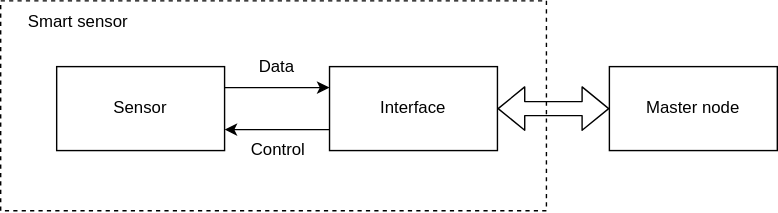
Before: thesis/fig/3_device-split.drawio.svg, a diagram exported from draw.io (manakjiri/bcs-thesis). Source tidied: cells renumbered, new cells last; positions are measured from the earlier drawing's top-left corner, leaving out a move shared by most shapes. The source it was exported from:
```xml
<mxGraphModel math="1">
  <root>
    <mxCell id="0" />
    <mxCell id="1" parent="0" />
    <mxCell id="2" style="rounded=0;whiteSpace=wrap;html=1;fillColor=none;dashed=1;fontSize=12;" parent="1" vertex="1">
      <mxGeometry width="390" height="150" as="geometry" />
    </mxCell>
    <mxCell id="3" style="edgeStyle=none;html=1;entryX=0;entryY=0.25;entryDx=0;entryDy=0;exitX=1;exitY=0.25;exitDx=0;exitDy=0;fontSize=12;" parent="1" edge="1" source="11" target="7">
      <mxGeometry relative="1" as="geometry" />
    </mxCell>
    <mxCell id="4" value="Data" style="edgeLabel;html=1;align=center;verticalAlign=middle;fontSize=12;" parent="3" vertex="1">
      <mxGeometry x="0.26" relative="1" as="geometry">
        <mxPoint x="-11" y="-15" as="offset" />
      </mxGeometry>
    </mxCell>
    <mxCell id="5" style="edgeStyle=none;html=1;entryX=1;entryY=0.75;entryDx=0;entryDy=0;exitX=0;exitY=0.75;exitDx=0;exitDy=0;fontSize=12;" parent="1" edge="1" source="7" target="11">
      <mxGeometry relative="1" as="geometry" />
    </mxCell>
    <mxCell id="6" value="Control" style="edgeLabel;html=1;align=center;verticalAlign=middle;fontSize=12;" parent="5" vertex="1">
      <mxGeometry x="0.2" y="2" relative="1" as="geometry">
        <mxPoint x="8" y="13" as="offset" />
      </mxGeometry>
    </mxCell>
    <mxCell id="7" value="Interface" style="rounded=0;whiteSpace=wrap;html=1;fillColor=none;fontSize=12;" parent="1" vertex="1">
      <mxGeometry x="235" y="47" width="120" height="60" as="geometry" />
    </mxCell>
    <mxCell id="8" style="shape=flexArrow;endArrow=classic;startArrow=classic;html=1;entryX=1;entryY=0.5;entryDx=0;entryDy=0;fontSize=12;" parent="1" edge="1" target="7">
      <mxGeometry relative="1" as="geometry">
        <mxPoint x="435" y="77" as="sourcePoint" />
      </mxGeometry>
    </mxCell>
    <mxCell id="9" value="Master node" style="rounded=0;whiteSpace=wrap;html=1;fillColor=none;fontSize=12;" parent="1" vertex="1">
      <mxGeometry x="435" y="47" width="120" height="60" as="geometry" />
    </mxCell>
    <mxCell id="10" value="Smart sensor" style="text;html=1;align=center;verticalAlign=middle;strokeColor=none;fillColor=none;fontSize=12;" parent="1" vertex="1">
      <mxGeometry x="10" width="90" height="30" as="geometry" />
    </mxCell>
    <mxCell id="11" value="Sensor" style="rounded=0;whiteSpace=wrap;html=1;fillColor=none;fontSize=12;" parent="1" vertex="1">
      <mxGeometry x="40" y="47" width="120" height="60" as="geometry" />
    </mxCell>
  </root>
</mxGraphModel>
```
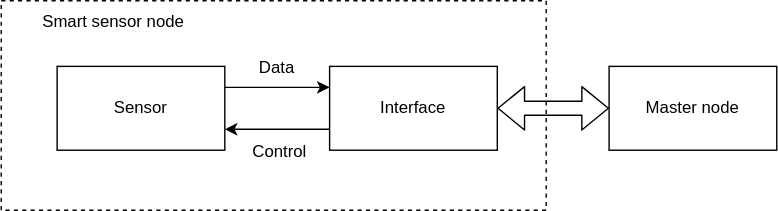
Later version of the same file.

What changed in the source:
```diff
@@ -32,8 +32,8 @@
     <mxCell id="9" value="Master node" style="rounded=0;whiteSpace=wrap;html=1;fillColor=none;fontSize=12;" parent="1" vertex="1">
       <mxGeometry x="435" y="47" width="120" height="60" as="geometry" />
     </mxCell>
-    <mxCell id="10" value="Smart sensor" style="text;html=1;align=center;verticalAlign=middle;strokeColor=none;fillColor=none;fontSize=12;" parent="1" vertex="1">
-      <mxGeometry x="10" width="90" height="30" as="geometry" />
+    <mxCell id="10" value="Smart sensor node" style="text;html=1;align=center;verticalAlign=middle;strokeColor=none;fillColor=none;fontSize=12;" parent="1" vertex="1">
+      <mxGeometry x="20" width="120" height="30" as="geometry" />
     </mxCell>
     <mxCell id="11" value="Sensor" style="rounded=0;whiteSpace=wrap;html=1;fillColor=none;fontSize=12;" parent="1" vertex="1">
       <mxGeometry x="40" y="47" width="120" height="60" as="geometry" />
```
